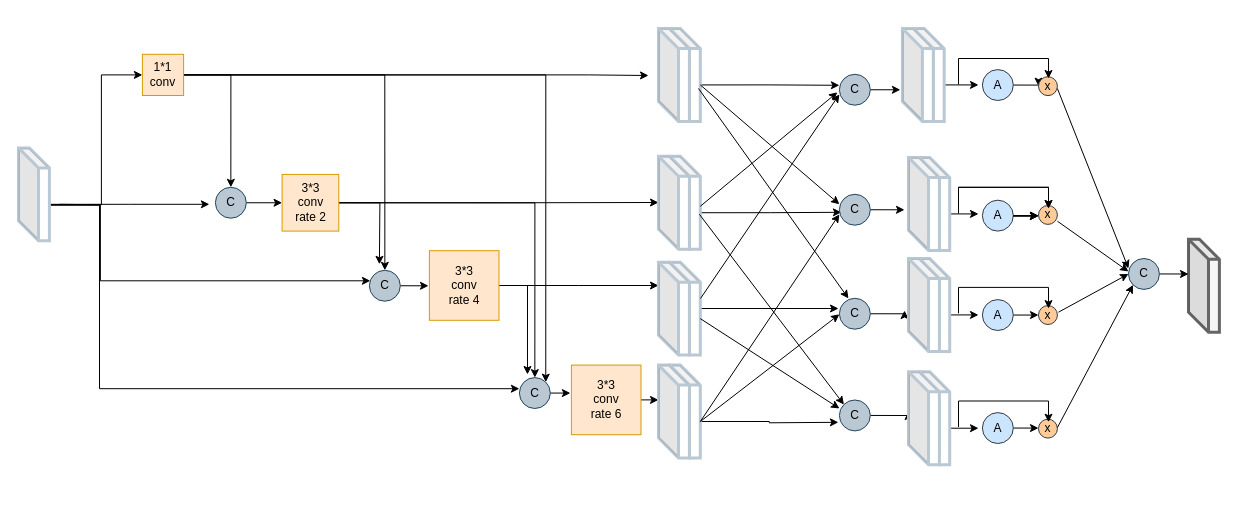
This is CCASPP.drawio from Hymhh/hymhh, a draw.io file, before an edit. Source tidied: cells renumbered, new cells numbered last; positions are measured from the earlier drawing's top-left corner, leaving out a move shared by most shapes. Both pictures are drawn from the tidied source at 100%, with x=0, y=0 at pixel (18, 28).
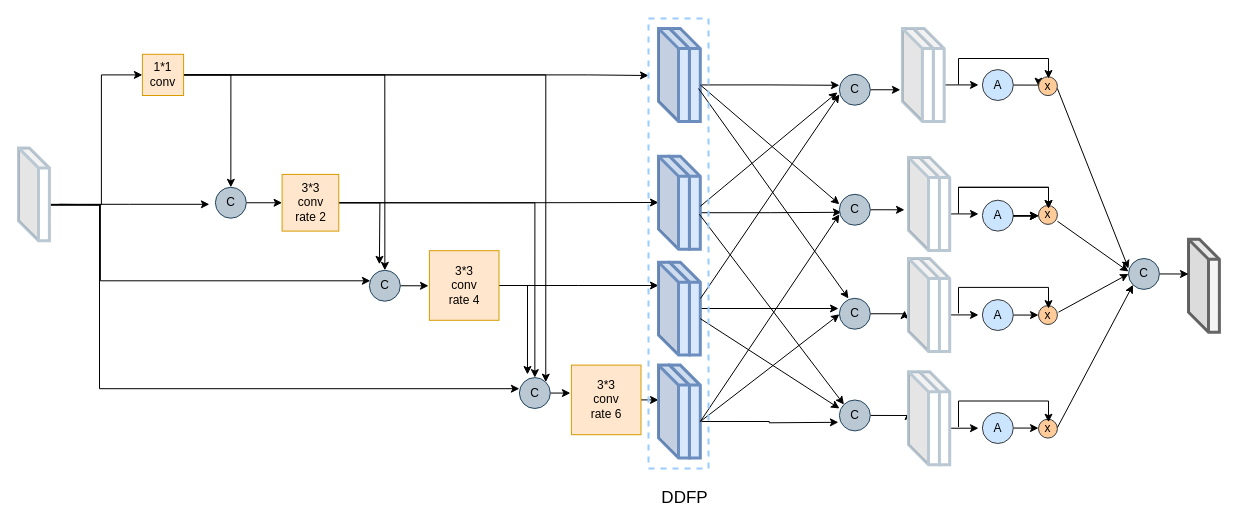
After the change.

Diff of the diagram source:
```diff
@@
-    <mxCell id="28" style="shape=cube;whiteSpace=wrap;html=1;boundedLbl=1;backgroundOutline=1;darkOpacity=0.05;darkOpacity2=0.1;strokeColor=#BAC8D3;strokeWidth=3;" parent="1" vertex="1">
+    <mxCell id="28" style="shape=cube;whiteSpace=wrap;html=1;boundedLbl=1;backgroundOutline=1;darkOpacity=0.05;darkOpacity2=0.1;strokeColor=#6c8ebf;strokeWidth=3;fillColor=#dae8fc;" parent="1" vertex="1">
       <mxGeometry x="650.9" width="30.9" height="92.9" as="geometry" />
     </mxCell>
@@
-    <mxCell id="30" style="shape=cube;whiteSpace=wrap;html=1;boundedLbl=1;backgroundOutline=1;darkOpacity=0.05;darkOpacity2=0.1;strokeColor=#BAC8D3;strokeWidth=3;" parent="1" vertex="1">
+    <mxCell id="30" style="shape=cube;whiteSpace=wrap;html=1;boundedLbl=1;backgroundOutline=1;darkOpacity=0.05;darkOpacity2=0.1;strokeColor=#6c8ebf;strokeWidth=3;fillColor=#dae8fc;" parent="1" vertex="1">
       <mxGeometry x="650.9" y="127.8" width="30.9" height="92.9" as="geometry" />
     </mxCell>
@@
-    <mxCell id="32" style="shape=cube;whiteSpace=wrap;html=1;boundedLbl=1;backgroundOutline=1;darkOpacity=0.05;darkOpacity2=0.1;strokeColor=#BAC8D3;strokeWidth=3;" parent="1" vertex="1">
+    <mxCell id="32" style="shape=cube;whiteSpace=wrap;html=1;boundedLbl=1;backgroundOutline=1;darkOpacity=0.05;darkOpacity2=0.1;strokeColor=#6c8ebf;strokeWidth=3;fillColor=#dae8fc;" parent="1" vertex="1">
       <mxGeometry x="650.9" y="233.7" width="30.9" height="92.9" as="geometry" />
     </mxCell>
@@
-    <mxCell id="34" style="shape=cube;whiteSpace=wrap;html=1;boundedLbl=1;backgroundOutline=1;darkOpacity=0.05;darkOpacity2=0.1;strokeColor=#BAC8D3;strokeWidth=3;" parent="1" vertex="1">
+    <mxCell id="34" style="shape=cube;whiteSpace=wrap;html=1;boundedLbl=1;backgroundOutline=1;darkOpacity=0.05;darkOpacity2=0.1;strokeColor=#6c8ebf;strokeWidth=3;fillColor=#dae8fc;" parent="1" vertex="1">
       <mxGeometry x="650.9" y="336.6" width="30.9" height="92.9" as="geometry" />
     </mxCell>
@@
-    <mxCell id="60" style="shape=cube;whiteSpace=wrap;html=1;boundedLbl=1;backgroundOutline=1;darkOpacity=0.05;darkOpacity2=0.1;strokeColor=#BAC8D3;strokeWidth=3;" parent="1" vertex="1">
+    <mxCell id="60" style="shape=cube;whiteSpace=wrap;html=1;boundedLbl=1;backgroundOutline=1;darkOpacity=0.05;darkOpacity2=0.1;strokeColor=#6c8ebf;strokeWidth=3;fillColor=#dae8fc;" parent="1" vertex="1">
       <mxGeometry x="640" width="30.9" height="92.9" as="geometry" />
     </mxCell>
-    <mxCell id="61" style="shape=cube;whiteSpace=wrap;html=1;boundedLbl=1;backgroundOutline=1;darkOpacity=0.05;darkOpacity2=0.1;strokeColor=#BAC8D3;strokeWidth=3;" parent="1" vertex="1">
+    <mxCell id="61" style="shape=cube;whiteSpace=wrap;html=1;boundedLbl=1;backgroundOutline=1;darkOpacity=0.05;darkOpacity2=0.1;strokeColor=#6c8ebf;strokeWidth=3;fillColor=#dae8fc;" parent="1" vertex="1">
       <mxGeometry x="640" y="127.8" width="30.9" height="92.9" as="geometry" />
     </mxCell>
-    <mxCell id="62" style="shape=cube;whiteSpace=wrap;html=1;boundedLbl=1;backgroundOutline=1;darkOpacity=0.05;darkOpacity2=0.1;strokeColor=#BAC8D3;strokeWidth=3;" parent="1" vertex="1">
+    <mxCell id="62" style="shape=cube;whiteSpace=wrap;html=1;boundedLbl=1;backgroundOutline=1;darkOpacity=0.05;darkOpacity2=0.1;strokeColor=#6c8ebf;strokeWidth=3;fillColor=#dae8fc;" parent="1" vertex="1">
       <mxGeometry x="640" y="233.7" width="30.9" height="92.9" as="geometry" />
     </mxCell>
-    <mxCell id="63" style="shape=cube;whiteSpace=wrap;html=1;boundedLbl=1;backgroundOutline=1;darkOpacity=0.05;darkOpacity2=0.1;strokeColor=#BAC8D3;strokeWidth=3;" parent="1" vertex="1">
+    <mxCell id="63" style="shape=cube;whiteSpace=wrap;html=1;boundedLbl=1;backgroundOutline=1;darkOpacity=0.05;darkOpacity2=0.1;strokeColor=#6c8ebf;strokeWidth=3;fillColor=#dae8fc;" parent="1" vertex="1">
       <mxGeometry x="640" y="336.6" width="30.9" height="92.9" as="geometry" />
     </mxCell>
@@
+    <mxCell id="104" value="&lt;font style=&quot;font-size: 17px&quot;&gt;DDFP&lt;/font&gt;" style="text;html=1;align=center;verticalAlign=middle;fillColor=none;strokeColor=none;rounded=0;" parent="1" vertex="1">
+      <mxGeometry x="636.4" y="460" width="60" height="20" as="geometry" />
+    </mxCell>
+    <mxCell id="105" style="rounded=0;whiteSpace=wrap;html=1;dashed=1;fillColor=none;strokeColor=#99CCFF;strokeWidth=2;" parent="1" vertex="1">
+      <mxGeometry x="630" y="-10" width="60" height="450" as="geometry" />
+    </mxCell>
```
